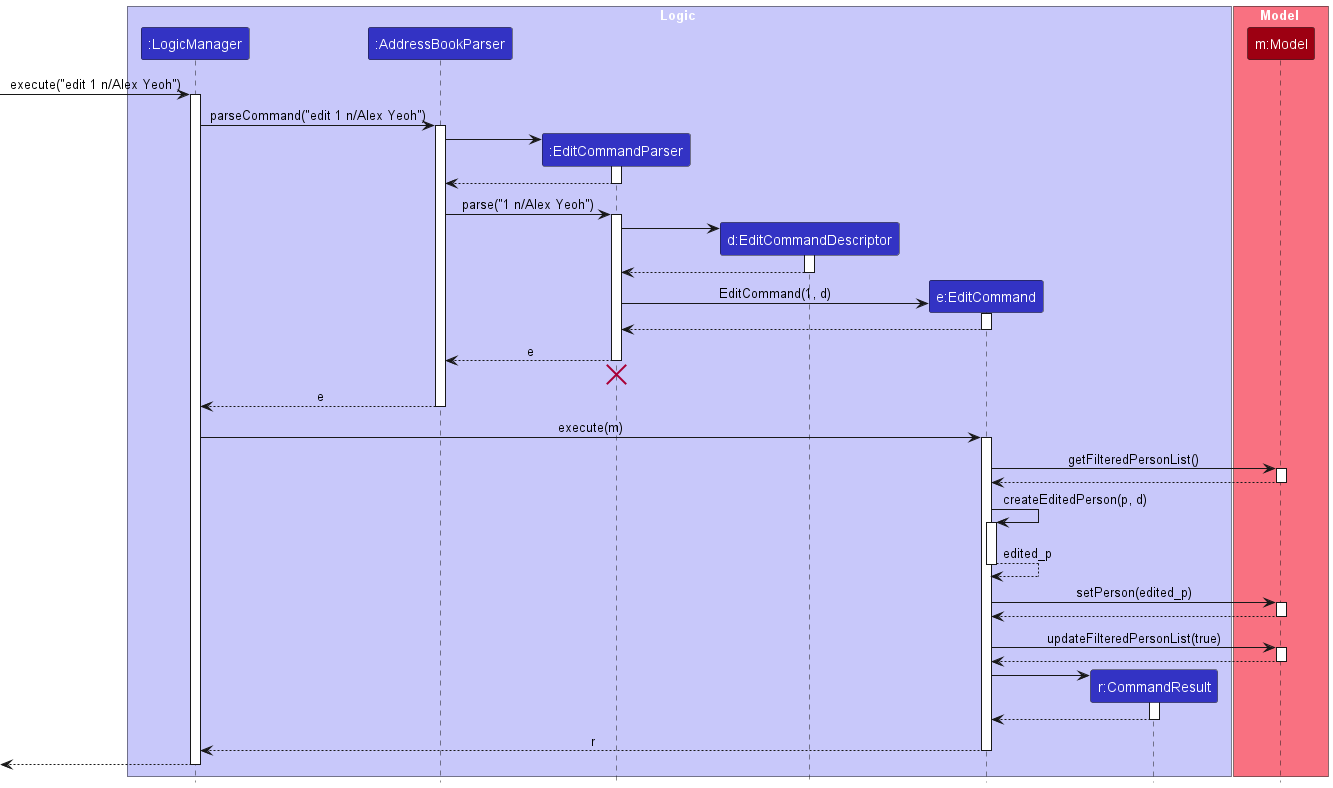
Before: docs/images/EditSequenceDiagram-Logic.png, a diagram exported from PlantUML (nus-cs2103-AY2324S2/tp). The source it was exported from:
```plantuml
@startuml
!include style.puml
skinparam ArrowFontStyle plain

box Logic LOGIC_COLOR_T1
participant ":LogicManager" as LogicManager LOGIC_COLOR
participant ":AddressBookParser" as AddressBookParser LOGIC_COLOR
participant ":EditCommandParser" as EditCommandParser LOGIC_COLOR
participant "d:EditCommandDescriptor" as EditCommandDescriptor LOGIC_COLOR
participant "e:EditCommand" as EditCommand LOGIC_COLOR
participant "r:CommandResult" as CommandResult LOGIC_COLOR
end box

box Model MODEL_COLOR_T1
participant "m:Model" as Model MODEL_COLOR
participant "m:PersonList" as Model MODEL_COLOR
end box

[-> LogicManager : execute("edit 1 n/Alex Yeoh")
activate LogicManager

LogicManager -> AddressBookParser : parseCommand("edit 1 n/Alex Yeoh")
activate AddressBookParser

create EditCommandParser
AddressBookParser -> EditCommandParser
activate EditCommandParser

EditCommandParser --> AddressBookParser
deactivate EditCommandParser

AddressBookParser -> EditCommandParser : parse("1 n/Alex Yeoh")
activate EditCommandParser

create EditCommandDescriptor
EditCommandParser -> EditCommandDescriptor
activate EditCommandDescriptor

EditCommandDescriptor --> EditCommandParser :
deactivate EditCommandDescriptor

create EditCommand
EditCommandParser -> EditCommand : EditCommand(1, d)
activate EditCommand

EditCommand --> EditCommandParser :
deactivate EditCommand

EditCommandParser --> AddressBookParser : e
deactivate EditCommandParser

EditCommandParser -[hidden]-> AddressBookParser
destroy EditCommandParser

AddressBookParser --> LogicManager : e
deactivate AddressBookParser

LogicManager -> EditCommand : execute(m)
activate EditCommand

EditCommand -> Model : getFilteredPersonList()
activate Model

Model --> EditCommand
deactivate Model

EditCommand -> EditCommand : createEditedPerson(p, d)
activate EditCommand

EditCommand --> EditCommand : edited_p
deactivate EditCommand

EditCommand -> Model : setPerson(edited_p)
activate Model

Model --> EditCommand :
deactivate Model

EditCommand -> Model : updateFilteredPersonList(true)
activate Model

Model --> EditCommand :
deactivate Model

create CommandResult
EditCommand -> CommandResult
activate CommandResult

CommandResult --> EditCommand
deactivate CommandResult

EditCommand --> LogicManager : r
deactivate EditCommand

[<--LogicManager
deactivate LogicManager
@enduml
```
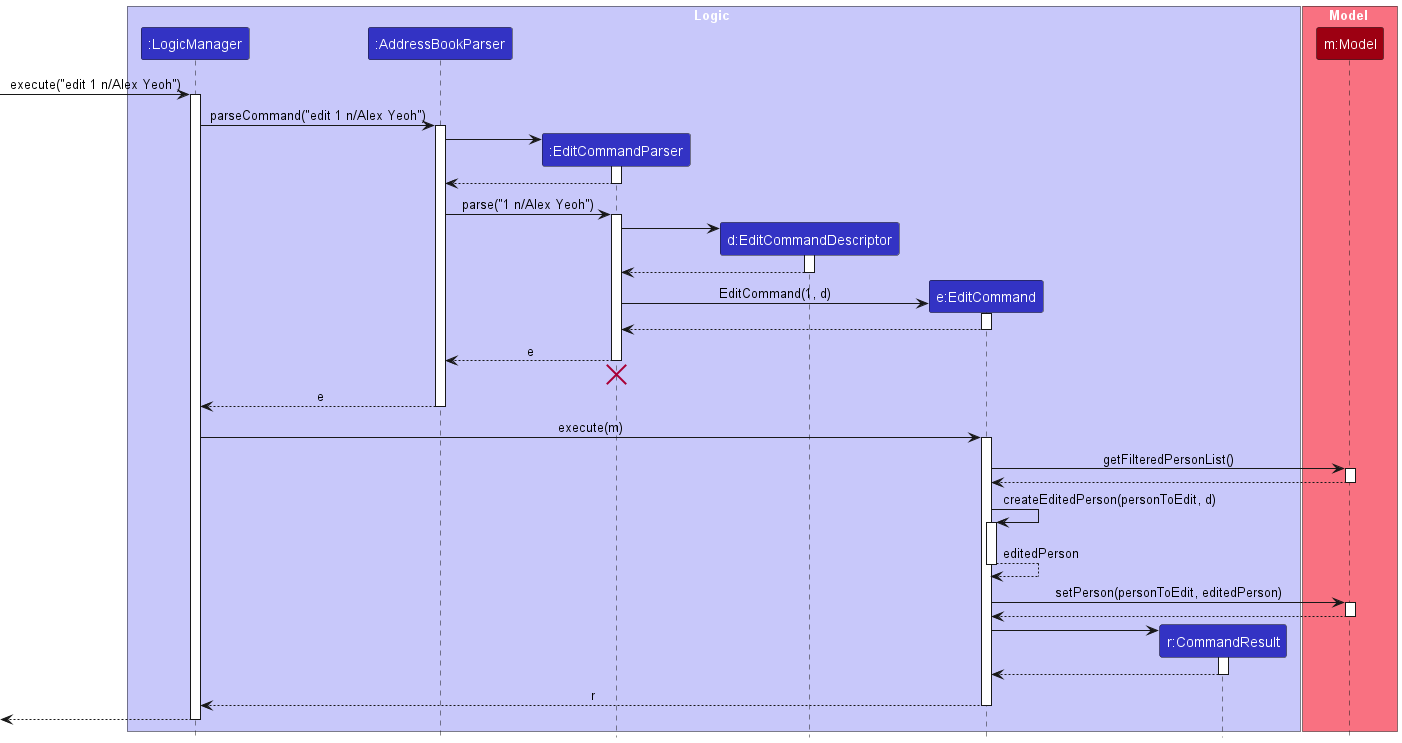
The same file after the commit.

Commit message:
Update sequence diagram

What changed in the source:
```diff
@@ -64,19 +64,13 @@
 Model --> EditCommand
 deactivate Model
 
-EditCommand -> EditCommand : createEditedPerson(p, d)
+EditCommand -> EditCommand : createEditedPerson(personToEdit, d)
 activate EditCommand
 
-EditCommand --> EditCommand : edited_p
+EditCommand --> EditCommand : editedPerson
 deactivate EditCommand
 
-EditCommand -> Model : setPerson(edited_p)
-activate Model
-
-Model --> EditCommand :
-deactivate Model
-
-EditCommand -> Model : updateFilteredPersonList(true)
+EditCommand -> Model : setPerson(personToEdit, editedPerson)
 activate Model
 
 Model --> EditCommand :
```
